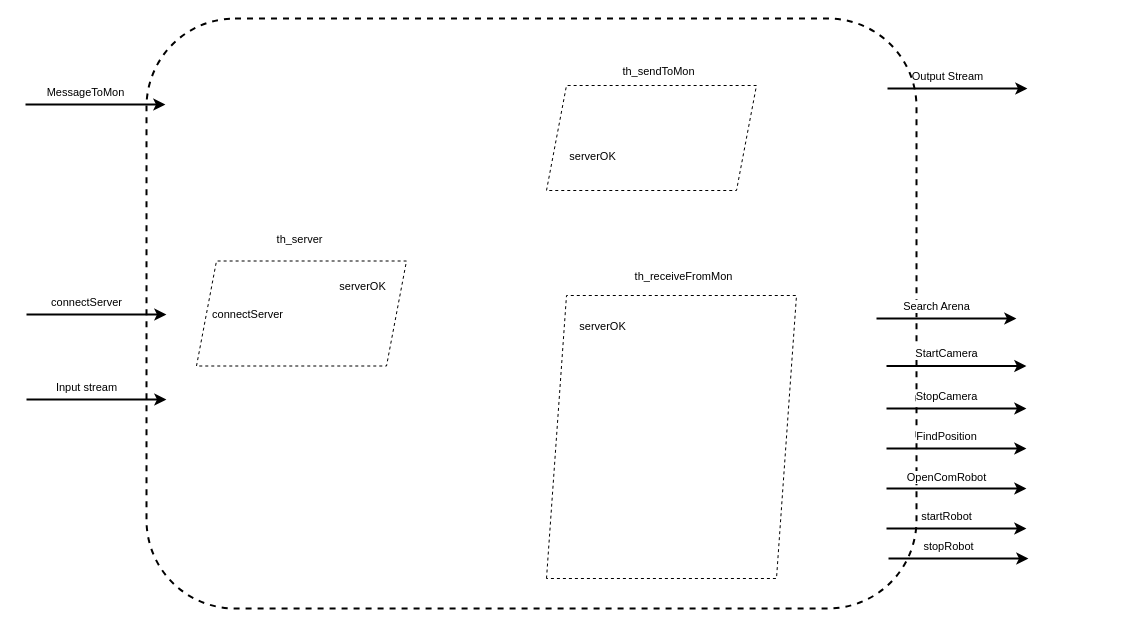
The draw.io diagram TH_gestion_monitor.drawio in martemr/Projet_temps_reel, before the edit. Source tidied: cells renumbered, new cells numbered last; positions are measured from the earlier drawing's top-left corner, leaving out a move shared by most shapes. Both pictures are drawn from the tidied source at 100%, with x=0, y=0 at pixel (25, 18).
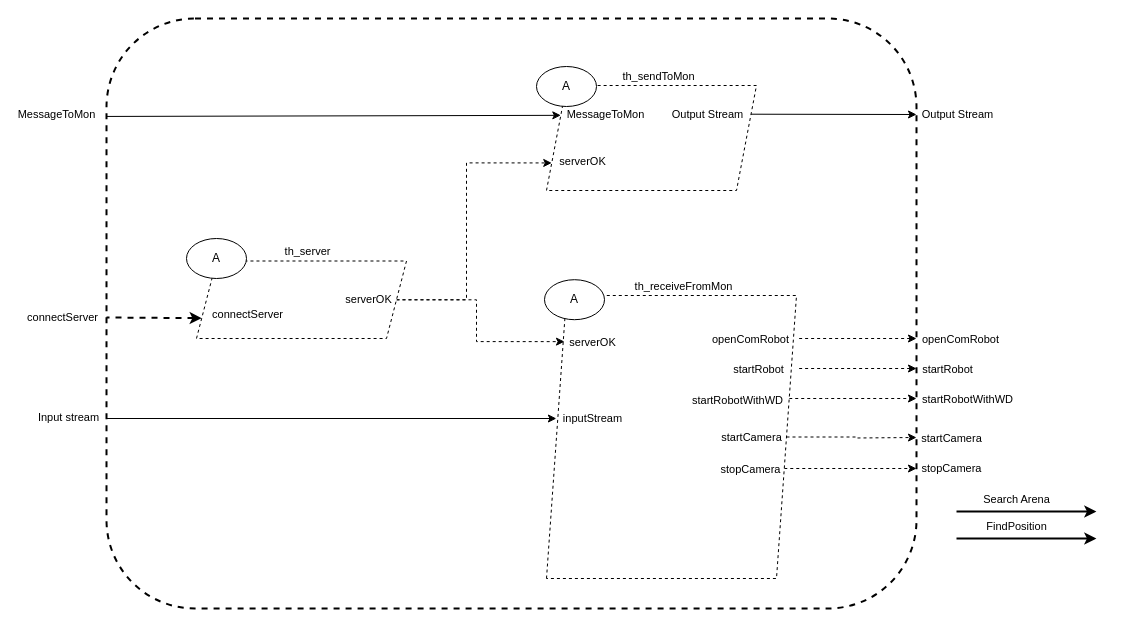
After the change.

The change refers to these unchanged cells:
```xml
<mxCell id="27" style="shape=parallelogram;perimeter=parallelogramPerimeter;whiteSpace=wrap;html=1;fixedSize=1;dashed=1;" parent="1" vertex="1">
  <mxGeometry x="521" y="67" width="210" height="105" as="geometry" />
</mxCell>
```

Diff of the diagram source:
```diff
@@
     <mxCell id="2" style="rounded=1;whiteSpace=wrap;html=1;dashed=1;strokeWidth=2;fillColor=none;" parent="1" vertex="1">
-      <mxGeometry x="121" width="770" height="590" as="geometry" />
+      <mxGeometry x="81" width="810" height="590" as="geometry" />
     </mxCell>
+    <mxCell id="35" style="edgeStyle=orthogonalEdgeStyle;rounded=0;jettySize=auto;html=1;strokeColor=default;dashed=1;" parent="1" edge="1" source="26">
+      <mxGeometry relative="1" as="geometry">
+        <mxPoint x="891" y="380" as="targetPoint" />
+        <Array as="points">
+          <mxPoint x="801" y="380" />
+          <mxPoint x="801" y="380" />
+        </Array>
+      </mxGeometry>
+    </mxCell>
+    <mxCell id="36" style="edgeStyle=orthogonalEdgeStyle;rounded=0;jettySize=auto;html=1;dashed=1;strokeColor=default;strokeWidth=1;" parent="1" edge="1" source="26">
+      <mxGeometry relative="1" as="geometry">
+        <mxPoint x="891" y="419" as="targetPoint" />
+      </mxGeometry>
+    </mxCell>
+    <mxCell id="37" value="startCamera" style="edgeLabel;html=1;align=center;verticalAlign=middle;" parent="36" vertex="1">
+      <mxGeometry x="0.3" y="-1" relative="1" as="geometry">
+        <mxPoint x="80" y="-1" as="offset" />
+      </mxGeometry>
+    </mxCell>
+    <mxCell id="38" style="edgeStyle=orthogonalEdgeStyle;rounded=0;jettySize=auto;html=1;dashed=1;strokeColor=default;strokeWidth=1;" parent="1" edge="1" source="26">
+      <mxGeometry relative="1" as="geometry">
+        <mxPoint x="891" y="450" as="targetPoint" />
+        <Array as="points">
+          <mxPoint x="891" y="450" />
+        </Array>
+      </mxGeometry>
+    </mxCell>
+    <mxCell id="39" value="stopCamera" style="edgeLabel;html=1;align=center;verticalAlign=middle;" parent="38" vertex="1">
+      <mxGeometry x="-0.33" y="-1" relative="1" as="geometry">
+        <mxPoint x="123" y="-2" as="offset" />
+      </mxGeometry>
+    </mxCell>
+    <mxCell id="26" style="shape=parallelogram;perimeter=parallelogramPerimeter;whiteSpace=wrap;html=1;fixedSize=1;dashed=1;" parent="1" vertex="1">
+      <mxGeometry x="521" y="277" width="250" height="283" as="geometry" />
+    </mxCell>
-    <mxCell id="3" style="rounded=0;orthogonalLoop=1;jettySize=auto;html=1;startArrow=classic;startFill=1;endArrow=none;endFill=0;strokeColor=#000000;strokeWidth=2;" parent="1" edge="1">
+    <mxCell id="3" style="rounded=0;orthogonalLoop=1;jettySize=auto;html=1;startArrow=classic;startFill=1;endArrow=none;endFill=0;strokeColor=#000000;strokeWidth=1;" parent="1" edge="1">
       <mxGeometry relative="1" as="geometry">
-        <mxPoint x="140.9" y="381" as="sourcePoint" />
-        <mxPoint x="1" y="381" as="targetPoint" />
+        <mxPoint x="530.9" y="400" as="sourcePoint" />
+        <mxPoint x="81" y="400" as="targetPoint" />
       </mxGeometry>
     </mxCell>
     <mxCell id="4" value="Input stream" style="edgeLabel;html=1;align=center;verticalAlign=middle;" parent="3" vertex="1">
       <mxGeometry x="0.57" y="-4" relative="1" as="geometry">
-        <mxPoint x="30" y="-9" as="offset" />
+        <mxPoint x="-135" y="2" as="offset" />
       </mxGeometry>
     </mxCell>
-    <mxCell id="5" style="rounded=0;orthogonalLoop=1;jettySize=auto;html=1;startArrow=classic;startFill=1;endArrow=none;endFill=0;strokeColor=#000000;strokeWidth=2;" parent="1" edge="1">
+    <mxCell id="5" style="rounded=0;jettySize=auto;html=1;startArrow=classic;startFill=1;endArrow=none;endFill=0;strokeColor=default;strokeWidth=2;dashed=1;exitX=0;exitY=0.75;exitDx=0;exitDy=0;" parent="1" edge="1" source="25">
       <mxGeometry relative="1" as="geometry">
-        <mxPoint x="140.9" y="296" as="sourcePoint" />
-        <mxPoint x="1" y="296" as="targetPoint" />
+        <mxPoint x="81" y="299" as="targetPoint" />
       </mxGeometry>
     </mxCell>
     <mxCell id="6" value="connectServer" style="edgeLabel;html=1;align=center;verticalAlign=middle;" parent="5" vertex="1">
       <mxGeometry x="0.57" y="-4" relative="1" as="geometry">
-        <mxPoint x="30" y="-9" as="offset" />
+        <mxPoint x="-65" y="3" as="offset" />
       </mxGeometry>
     </mxCell>
-    <mxCell id="7" style="rounded=0;orthogonalLoop=1;jettySize=auto;html=1;startArrow=classic;startFill=1;endArrow=none;endFill=0;strokeColor=#000000;strokeWidth=2;" parent="1" edge="1">
-      <mxGeometry relative="1" as="geometry">
-        <mxPoint x="139.9" y="86" as="sourcePoint" />
-        <mxPoint y="86" as="targetPoint" />
-      </mxGeometry>
+    <mxCell id="7" style="rounded=0;jettySize=auto;html=1;startArrow=classic;startFill=1;endArrow=none;endFill=0;strokeColor=#000000;strokeWidth=1;exitX=0;exitY=0.25;exitDx=0;exitDy=0;entryX=0;entryY=0.166;entryDx=0;entryDy=0;entryPerimeter=0;" parent="1" edge="1" source="27" target="2">
+      <mxGeometry relative="1" as="geometry" />
     </mxCell>
     <mxCell id="8" value="MessageToMon" style="edgeLabel;html=1;align=center;verticalAlign=middle;" parent="7" vertex="1">
       <mxGeometry x="0.57" y="-4" relative="1" as="geometry">
-        <mxPoint x="30" y="-9" as="offset" />
+        <mxPoint x="-148" y="2" as="offset" />
       </mxGeometry>
     </mxCell>
-    <mxCell id="9" style="rounded=0;orthogonalLoop=1;jettySize=auto;html=1;startArrow=classic;startFill=1;endArrow=none;endFill=0;strokeColor=#000000;strokeWidth=2;" parent="1" edge="1">
+    <mxCell id="9" style="rounded=0;orthogonalLoop=1;jettySize=auto;html=1;startArrow=classic;startFill=1;endArrow=none;endFill=0;strokeColor=#000000;strokeWidth=1;" parent="1" edge="1">
       <mxGeometry relative="1" as="geometry">
-        <mxPoint x="1001.9" y="70" as="sourcePoint" />
-        <mxPoint x="862" y="70" as="targetPoint" />
+        <mxPoint x="891" y="96" as="sourcePoint" />
+        <mxPoint x="721" y="95.7" as="targetPoint" />
       </mxGeometry>
     </mxCell>
     <mxCell id="10" value="&lt;div&gt;Output Stream&lt;/div&gt;" style="edgeLabel;html=1;align=center;verticalAlign=middle;" parent="9" vertex="1">
       <mxGeometry x="0.57" y="-4" relative="1" as="geometry">
-        <mxPoint x="30" y="-9" as="offset" />
+        <mxPoint x="173" y="4" as="offset" />
       </mxGeometry>
     </mxCell>
-    <mxCell id="11" style="rounded=0;orthogonalLoop=1;jettySize=auto;html=1;startArrow=classic;startFill=1;endArrow=none;endFill=0;strokeColor=#000000;strokeWidth=2;" parent="1" edge="1">
+    <mxCell id="11" style="rounded=0;orthogonalLoop=1;jettySize=auto;html=1;startArrow=classic;startFill=1;endArrow=none;endFill=0;strokeColor=#000000;strokeWidth=1;dashed=1;" parent="1" edge="1">
       <mxGeometry relative="1" as="geometry">
-        <mxPoint x="1000.9" y="470" as="sourcePoint" />
-        <mxPoint x="861" y="470" as="targetPoint" />
+        <mxPoint x="891" y="320" as="sourcePoint" />
+        <mxPoint x="771" y="320" as="targetPoint" />
       </mxGeometry>
     </mxCell>
-    <mxCell id="12" value="&lt;div&gt;OpenComRobot&lt;/div&gt;" style="edgeLabel;html=1;align=center;verticalAlign=middle;" parent="11" vertex="1">
+    <mxCell id="12" value="&lt;div&gt;openComRobot&lt;/div&gt;" style="edgeLabel;html=1;align=center;verticalAlign=middle;" parent="11" vertex="1">
       <mxGeometry x="0.57" y="-4" relative="1" as="geometry">
-        <mxPoint x="30" y="-8" as="offset" />
+        <mxPoint x="-73" y="4" as="offset" />
       </mxGeometry>
     </mxCell>
-    <mxCell id="13" style="rounded=0;orthogonalLoop=1;jettySize=auto;html=1;startArrow=classic;startFill=1;endArrow=none;endFill=0;strokeColor=#000000;strokeWidth=2;" parent="1" edge="1">
+    <mxCell id="13" style="rounded=0;orthogonalLoop=1;jettySize=auto;html=1;startArrow=classic;startFill=1;endArrow=none;endFill=0;strokeColor=#000000;strokeWidth=1;dashed=1;" parent="1" edge="1">
       <mxGeometry relative="1" as="geometry">
-        <mxPoint x="1000.9" y="510" as="sourcePoint" />
-        <mxPoint x="861" y="510" as="targetPoint" />
+        <mxPoint x="891" y="350" as="sourcePoint" />
+        <mxPoint x="771" y="350" as="targetPoint" />
       </mxGeometry>
     </mxCell>
     <mxCell id="14" value="startRobot" style="edgeLabel;html=1;align=center;verticalAlign=middle;" parent="13" vertex="1">
       <mxGeometry x="0.57" y="-4" relative="1" as="geometry">
-        <mxPoint x="30" y="-9" as="offset" />
+        <mxPoint x="-65" y="4" as="offset" />
       </mxGeometry>
     </mxCell>
-    <mxCell id="15" style="rounded=0;orthogonalLoop=1;jettySize=auto;html=1;startArrow=classic;startFill=1;endArrow=none;endFill=0;strokeColor=#000000;strokeWidth=2;" parent="1" edge="1">
-      <mxGeometry relative="1" as="geometry">
-        <mxPoint x="1000.9" y="347.5" as="sourcePoint" />
-        <mxPoint x="861" y="347.5" as="targetPoint" />
-      </mxGeometry>
-    </mxCell>
-    <mxCell id="16" value="&lt;div&gt;StartCamera&lt;/div&gt;" style="edgeLabel;html=1;align=center;verticalAlign=middle;" parent="15" vertex="1">
-      <mxGeometry x="0.57" y="-4" relative="1" as="geometry">
-        <mxPoint x="30" y="-9" as="offset" />
-      </mxGeometry>
-    </mxCell>
     <mxCell id="17" style="rounded=0;orthogonalLoop=1;jettySize=auto;html=1;startArrow=classic;startFill=1;endArrow=none;endFill=0;strokeColor=#000000;strokeWidth=2;" parent="1" edge="1">
       <mxGeometry relative="1" as="geometry">
-        <mxPoint x="990.9" y="300" as="sourcePoint" />
-        <mxPoint x="851" y="300" as="targetPoint" />
+        <mxPoint x="1070.9" y="493" as="sourcePoint" />
+        <mxPoint x="931" y="493" as="targetPoint" />
       </mxGeometry>
     </mxCell>
@@
-    <mxCell id="19" style="rounded=0;orthogonalLoop=1;jettySize=auto;html=1;startArrow=classic;startFill=1;endArrow=none;endFill=0;strokeColor=#000000;strokeWidth=2;" parent="1" edge="1">
-      <mxGeometry relative="1" as="geometry">
-        <mxPoint x="1000.9" y="390" as="sourcePoint" />
-        <mxPoint x="861" y="390" as="targetPoint" />
-      </mxGeometry>
-    </mxCell>
-    <mxCell id="20" value="StopCamera" style="edgeLabel;html=1;align=center;verticalAlign=middle;" parent="19" vertex="1">
-      <mxGeometry x="0.57" y="-4" relative="1" as="geometry">
-        <mxPoint x="30" y="-9" as="offset" />
-      </mxGeometry>
-    </mxCell>
-    <mxCell id="21" style="rounded=0;orthogonalLoop=1;jettySize=auto;html=1;startArrow=classic;startFill=1;endArrow=none;endFill=0;strokeColor=#000000;strokeWidth=2;" parent="1" edge="1">
-      <mxGeometry relative="1" as="geometry">
-        <mxPoint x="1002.9" y="540" as="sourcePoint" />
-        <mxPoint x="863" y="540" as="targetPoint" />
-      </mxGeometry>
-    </mxCell>
-    <mxCell id="22" value="stopRobot" style="edgeLabel;html=1;align=center;verticalAlign=middle;" parent="21" vertex="1">
-      <mxGeometry x="0.57" y="-4" relative="1" as="geometry">
-        <mxPoint x="30" y="-9" as="offset" />
-      </mxGeometry>
-    </mxCell>
     <mxCell id="23" style="rounded=0;orthogonalLoop=1;jettySize=auto;html=1;startArrow=classic;startFill=1;endArrow=none;endFill=0;strokeColor=#000000;strokeWidth=2;" parent="1" edge="1">
       <mxGeometry relative="1" as="geometry">
-        <mxPoint x="1000.9" y="430" as="sourcePoint" />
-        <mxPoint x="861" y="430" as="targetPoint" />
+        <mxPoint x="1070.9" y="520" as="sourcePoint" />
+        <mxPoint x="931" y="520" as="targetPoint" />
       </mxGeometry>
     </mxCell>
@@
+    <mxCell id="40" style="edgeStyle=orthogonalEdgeStyle;rounded=0;jettySize=auto;html=1;entryX=0;entryY=0.75;entryDx=0;entryDy=0;dashed=1;strokeColor=default;" parent="1" edge="1" source="25" target="27">
+      <mxGeometry relative="1" as="geometry">
+        <Array as="points">
+          <mxPoint x="441" y="281" />
+          <mxPoint x="441" y="144" />
+        </Array>
+      </mxGeometry>
+    </mxCell>
+    <mxCell id="41" style="edgeStyle=orthogonalEdgeStyle;rounded=0;jettySize=auto;html=1;entryX=0.072;entryY=0.163;entryDx=0;entryDy=0;entryPerimeter=0;dashed=1;strokeColor=default;" parent="1" edge="1" source="25" target="26">
+      <mxGeometry relative="1" as="geometry" />
+    </mxCell>
     <mxCell id="25" style="shape=parallelogram;perimeter=parallelogramPerimeter;whiteSpace=wrap;html=1;fixedSize=1;dashed=1;" parent="1" vertex="1">
-      <mxGeometry x="171" y="242.5" width="210" height="105" as="geometry" />
+      <mxGeometry x="171" y="242.5" width="210" height="77.5" as="geometry" />
     </mxCell>
-    <mxCell id="26" style="shape=parallelogram;perimeter=parallelogramPerimeter;whiteSpace=wrap;html=1;fixedSize=1;dashed=1;" parent="1" vertex="1">
-      <mxGeometry x="521" y="277" width="250" height="283" as="geometry" />
-    </mxCell>
@@
     <mxCell id="28" value="th_server" style="edgeLabel;html=1;align=center;verticalAlign=middle;" parent="1" vertex="1">
-      <mxGeometry x="273.9" y="220" as="geometry" />
+      <mxGeometry x="281.9" y="232" as="geometry" />
     </mxCell>
     <mxCell id="29" value="th_sendToMon" style="edgeLabel;html=1;align=center;verticalAlign=middle;" parent="1" vertex="1">
-      <mxGeometry x="631" y="57" as="geometry">
+      <mxGeometry x="631" y="62" as="geometry">
         <mxPoint x="1" y="-5" as="offset" />
       </mxGeometry>
     </mxCell>
     <mxCell id="30" value="th_receiveFromMon" style="edgeLabel;html=1;align=center;verticalAlign=middle;" parent="1" vertex="1">
-      <mxGeometry x="657" y="257" as="geometry" />
+      <mxGeometry x="657" y="267" as="geometry" />
     </mxCell>
@@
     <mxCell id="32" value="serverOK" style="edgeLabel;html=1;align=center;verticalAlign=middle;" parent="1" vertex="1">
-      <mxGeometry x="341" y="260" as="geometry">
+      <mxGeometry x="347" y="273" as="geometry">
         <mxPoint x="-5" y="7" as="offset" />
       </mxGeometry>
     </mxCell>
     <mxCell id="33" value="serverOK" style="edgeLabel;html=1;align=center;verticalAlign=middle;" parent="1" vertex="1">
-      <mxGeometry x="581" y="300" as="geometry">
+      <mxGeometry x="571" y="316" as="geometry">
         <mxPoint x="-5" y="7" as="offset" />
       </mxGeometry>
     </mxCell>
     <mxCell id="34" value="serverOK" style="edgeLabel;html=1;align=center;verticalAlign=middle;" parent="1" vertex="1">
-      <mxGeometry x="571" y="130" as="geometry">
+      <mxGeometry x="561" y="135" as="geometry">
         <mxPoint x="-5" y="7" as="offset" />
       </mxGeometry>
     </mxCell>
+    <mxCell id="42" value="A" style="ellipse;whiteSpace=wrap;html=1;" parent="1" vertex="1">
+      <mxGeometry x="161" y="220" width="60" height="40" as="geometry" />
+    </mxCell>
+    <mxCell id="43" value="A" style="ellipse;whiteSpace=wrap;html=1;" parent="1" vertex="1">
+      <mxGeometry x="511" y="48" width="60" height="40" as="geometry" />
+    </mxCell>
+    <mxCell id="44" value="MessageToMon" style="edgeLabel;html=1;align=center;verticalAlign=middle;" parent="1" vertex="1">
+      <mxGeometry x="579" y="95.7" as="geometry" />
+    </mxCell>
+    <mxCell id="45" value="&lt;div&gt;Output Stream&lt;/div&gt;" style="edgeLabel;html=1;align=center;verticalAlign=middle;" parent="1" vertex="1">
+      <mxGeometry x="681" y="95.7" as="geometry" />
+    </mxCell>
+    <mxCell id="46" value="inputStream" style="edgeLabel;html=1;align=center;verticalAlign=middle;" parent="1" vertex="1">
+      <mxGeometry x="566" y="399" as="geometry" />
+    </mxCell>
+    <mxCell id="47" value="A" style="ellipse;whiteSpace=wrap;html=1;" parent="1" vertex="1">
+      <mxGeometry x="519" y="261.2" width="60" height="40" as="geometry" />
+    </mxCell>
+    <mxCell id="48" value="&lt;div&gt;openComRobot&lt;/div&gt;" style="edgeLabel;html=1;align=center;verticalAlign=middle;" parent="1" vertex="1">
+      <mxGeometry x="934" y="320" as="geometry" />
+    </mxCell>
+    <mxCell id="49" value="startRobot" style="edgeLabel;html=1;align=center;verticalAlign=middle;" parent="1" vertex="1">
+      <mxGeometry x="921" y="350" as="geometry" />
+    </mxCell>
+    <mxCell id="50" value="startRobotWithWD" style="edgeLabel;html=1;align=center;verticalAlign=middle;" parent="1" vertex="1">
+      <mxGeometry x="711" y="381" as="geometry" />
+    </mxCell>
+    <mxCell id="51" value="startRobotWithWD" style="edgeLabel;html=1;align=center;verticalAlign=middle;" parent="1" vertex="1">
+      <mxGeometry x="941" y="380" as="geometry" />
+    </mxCell>
+    <mxCell id="52" value="startCamera" style="edgeLabel;html=1;align=center;verticalAlign=middle;" parent="1" vertex="1">
+      <mxGeometry x="725" y="418.5" as="geometry" />
+    </mxCell>
+    <mxCell id="53" value="stopCamera" style="edgeLabel;html=1;align=center;verticalAlign=middle;" parent="1" vertex="1">
+      <mxGeometry x="902" y="453" as="geometry">
+        <mxPoint x="-178" y="-3" as="offset" />
+      </mxGeometry>
+    </mxCell>
```
